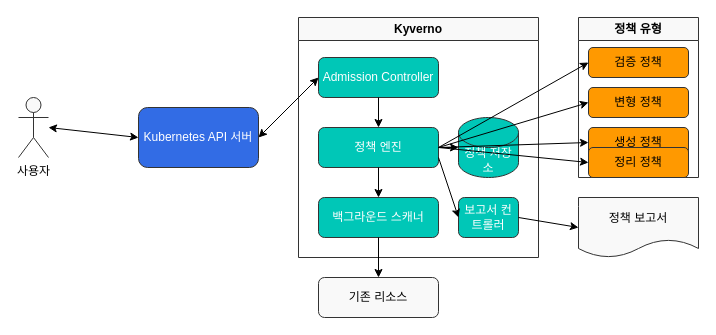
Before: assets/generated-diagrams/kyverno_architecture.drawio in Atom-oh/kubernetes-docs, a draw.io diagram. Source tidied: cells renumbered, new cells numbered last; positions are measured from the earlier drawing's top-left corner, leaving out a move shared by most shapes. Both pictures are drawn from the tidied source at 100%, with x=0, y=0 at pixel (18, 17).
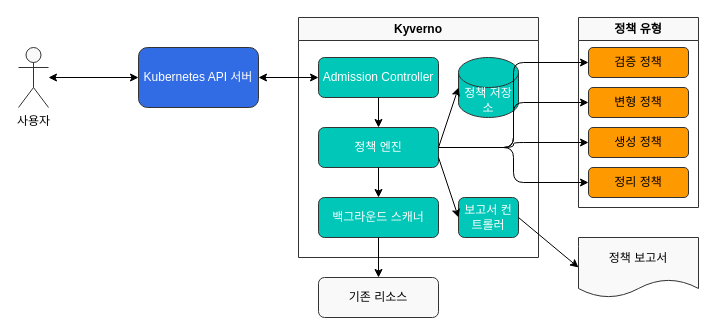
After the change.

The change refers to these unchanged cells:
```xml
<mxCell id="4" value="Kyverno" style="swimlane;whiteSpace=wrap;html=1;fillColor=#f9f9f9;strokeColor=#333333;strokeWidth=1;" parent="1" vertex="1">
  <mxGeometry x="280" width="240" height="240" as="geometry" />
</mxCell>
<mxCell id="6" value="정책 엔진" style="rounded=1;whiteSpace=wrap;html=1;fillColor=#00C7B7;strokeColor=#333333;strokeWidth=1;fontColor=#FFFFFF;" parent="4" vertex="1">
  <mxGeometry x="20" y="110" width="120" height="40" as="geometry" />
</mxCell>
<mxCell id="11" value="검증 정책" style="rounded=1;whiteSpace=wrap;html=1;fillColor=#FF9900;strokeColor=#333333;strokeWidth=1;fontColor=#000000;" parent="10" vertex="1">
  <mxGeometry x="10" y="30" width="100" height="30" as="geometry" />
</mxCell>
<mxCell id="12" value="변형 정책" style="rounded=1;whiteSpace=wrap;html=1;fillColor=#FF9900;strokeColor=#333333;strokeWidth=1;fontColor=#000000;" parent="10" vertex="1">
  <mxGeometry x="10" y="70" width="100" height="30" as="geometry" />
</mxCell>
<mxCell id="13" value="생성 정책" style="rounded=1;whiteSpace=wrap;html=1;fillColor=#FF9900;strokeColor=#333333;strokeWidth=1;fontColor=#000000;" parent="10" vertex="1">
  <mxGeometry x="10" y="110" width="100" height="30" as="geometry" />
</mxCell>
```

Change to the diagram source:
```diff
@@
     <mxCell id="2" value="사용자" style="shape=umlActor;verticalLabelPosition=bottom;verticalAlign=top;html=1;outlineConnect=0;fillColor=#f9f9f9;strokeColor=#333333;strokeWidth=1;" parent="1" vertex="1">
-      <mxGeometry y="80" width="30" height="60" as="geometry" />
+      <mxGeometry y="30" width="30" height="60" as="geometry" />
     </mxCell>
     <mxCell id="3" value="Kubernetes API 서버" style="rounded=1;whiteSpace=wrap;html=1;fillColor=#326CE5;strokeColor=#333333;strokeWidth=1;fontColor=#FFFFFF;" parent="1" vertex="1">
-      <mxGeometry x="120" y="90" width="120" height="60" as="geometry" />
+      <mxGeometry x="120" y="30" width="120" height="60" as="geometry" />
     </mxCell>
@@
     <mxCell id="7" value="정책 저장소" style="shape=cylinder3;whiteSpace=wrap;html=1;boundedLbl=1;backgroundOutline=1;size=15;fillColor=#00C7B7;strokeColor=#333333;strokeWidth=1;fontColor=#FFFFFF;" parent="4" vertex="1">
-      <mxGeometry x="160" y="100" width="60" height="60" as="geometry" />
+      <mxGeometry x="160" y="40" width="60" height="60" as="geometry" />
     </mxCell>
@@
     <mxCell id="10" value="정책 유형" style="swimlane;whiteSpace=wrap;html=1;fillColor=#f9f9f9;strokeColor=#333333;strokeWidth=1;" parent="1" vertex="1">
-      <mxGeometry x="560" width="120" height="160" as="geometry" />
+      <mxGeometry x="560" width="120" height="190" as="geometry" />
     </mxCell>
@@
-    <mxCell id="14" value="정리 정책" style="rounded=1;whiteSpace=wrap;html=1;fillColor=#FF9900;strokeColor=#333333;strokeWidth=1;fontColor=#000000;" parent="1" vertex="1">
-      <mxGeometry x="570" y="130" width="100" height="30" as="geometry" />
+    <mxCell id="14" value="정리 정책" style="rounded=1;whiteSpace=wrap;html=1;fillColor=#FF9900;strokeColor=#333333;strokeWidth=1;fontColor=#000000;" parent="10" vertex="1">
+      <mxGeometry x="10" y="150" width="100" height="30" as="geometry" />
     </mxCell>
     <mxCell id="15" value="정책 보고서" style="shape=document;whiteSpace=wrap;html=1;boundedLbl=1;fillColor=#f9f9f9;strokeColor=#333333;strokeWidth=1;fontColor=#000000;" parent="1" vertex="1">
-      <mxGeometry x="560" y="180" width="120" height="60" as="geometry" />
+      <mxGeometry x="560" y="220" width="120" height="60" as="geometry" />
     </mxCell>
@@
-    <mxCell id="23" style="endArrow=classic;html=1;exitX=1;exitY=0.5;exitDx=0;exitDy=0;entryX=0;entryY=0.5;entryDx=0;entryDy=0;" parent="1" edge="1" source="6" target="11">
+    <mxCell id="23" style="endArrow=classic;html=1;exitX=1;exitY=0.5;exitDx=0;exitDy=0;entryX=0;entryY=0.5;entryDx=0;entryDy=0;edgeStyle=orthogonalEdgeStyle;" parent="1" edge="1" source="6" target="11">
       <mxGeometry relative="1" as="geometry" />
     </mxCell>
-    <mxCell id="24" style="endArrow=classic;html=1;exitX=1;exitY=0.5;exitDx=0;exitDy=0;entryX=0;entryY=0.5;entryDx=0;entryDy=0;" parent="1" edge="1" source="6" target="12">
+    <mxCell id="24" style="endArrow=classic;html=1;exitX=1;exitY=0.5;exitDx=0;exitDy=0;entryX=0;entryY=0.5;entryDx=0;entryDy=0;edgeStyle=orthogonalEdgeStyle;" parent="1" edge="1" source="6" target="12">
       <mxGeometry relative="1" as="geometry" />
     </mxCell>
-    <mxCell id="25" style="endArrow=classic;html=1;exitX=1;exitY=0.5;exitDx=0;exitDy=0;entryX=0;entryY=0.5;entryDx=0;entryDy=0;" parent="1" edge="1" source="6" target="13">
+    <mxCell id="25" style="endArrow=classic;html=1;exitX=1;exitY=0.5;exitDx=0;exitDy=0;entryX=0;entryY=0.5;entryDx=0;entryDy=0;edgeStyle=orthogonalEdgeStyle;" parent="1" edge="1" source="6" target="13">
       <mxGeometry relative="1" as="geometry" />
     </mxCell>
-    <mxCell id="26" style="endArrow=classic;html=1;exitX=1;exitY=0.5;exitDx=0;exitDy=0;entryX=0;entryY=0.5;entryDx=0;entryDy=0;" parent="1" edge="1" source="6" target="14">
+    <mxCell id="26" style="endArrow=classic;html=1;exitX=1;exitY=0.5;exitDx=0;exitDy=0;entryX=0;entryY=0.5;entryDx=0;entryDy=0;edgeStyle=orthogonalEdgeStyle;" parent="1" edge="1" source="6" target="14">
       <mxGeometry relative="1" as="geometry" />
     </mxCell>
```
